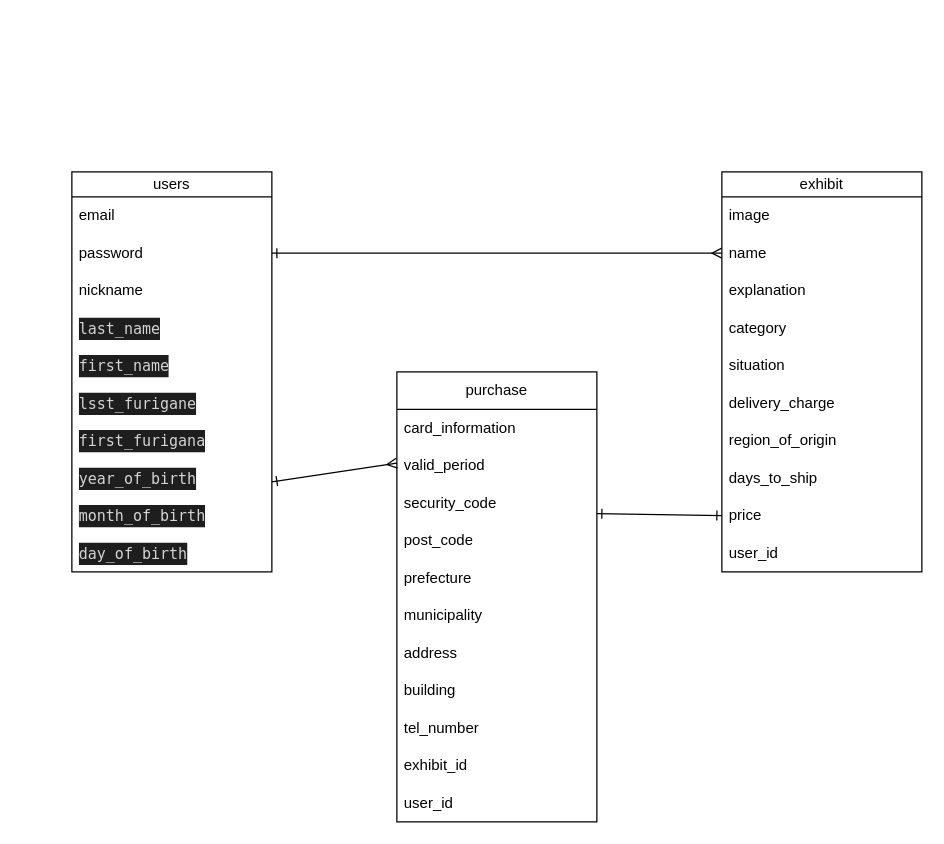
Earlier version of the draw.io diagram furima.dio (testmpc/furima-38889). Source tidied: cells renumbered, new cells numbered last; positions are measured from the earlier drawing's top-left corner, leaving out a move shared by most shapes. Both pictures are drawn from the tidied source at 125%, with x=0, y=0 at pixel (71, 171).
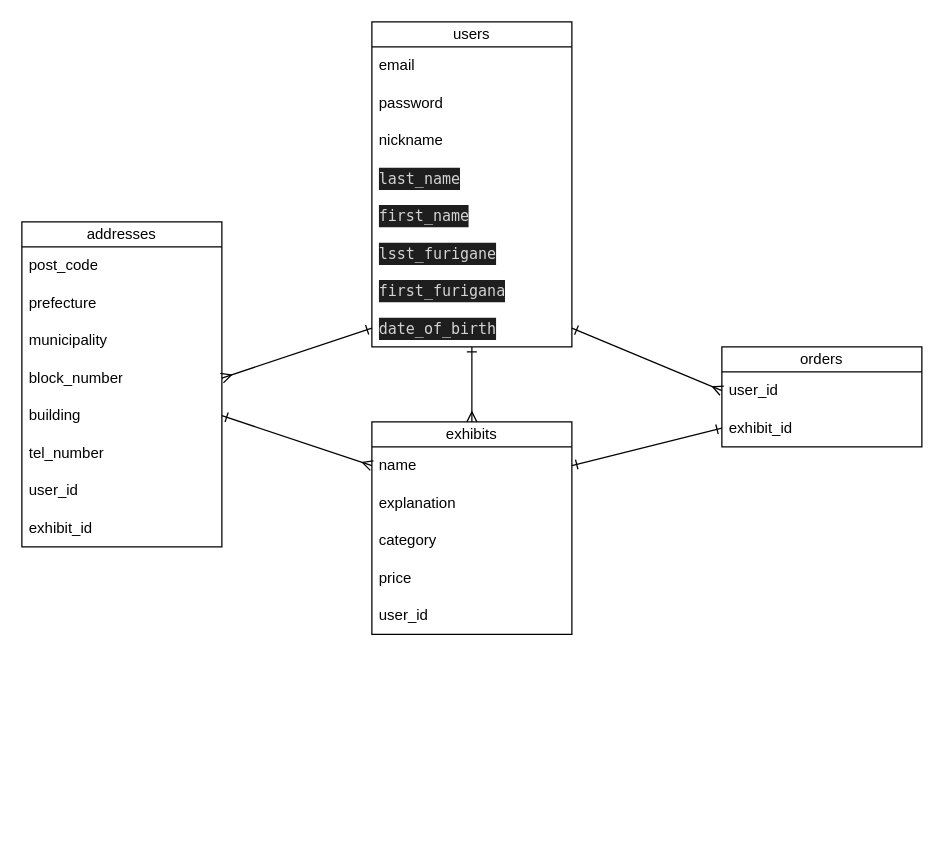
After the change.

Commit message (it also covers changes not shown here):
データベース設計2回目

Change to the diagram source:
```diff
@@
-    <mxCell id="2" value="exhibit" style="swimlane;fontStyle=0;horizontal=1;startSize=20;whiteSpace=wrap;html=1;" parent="1" vertex="1">
-      <mxGeometry x="520" width="160" height="320" as="geometry" />
+    <mxCell id="2" value="exhibits" style="swimlane;fontStyle=0;horizontal=1;startSize=20;whiteSpace=wrap;html=1;" parent="1" vertex="1">
+      <mxGeometry x="240" y="200" width="160" height="170" as="geometry" />
     </mxCell>
-    <mxCell id="3" value="image" style="text;strokeColor=none;fillColor=none;align=left;verticalAlign=middle;spacingLeft=4;spacingRight=4;overflow=hidden;whiteSpace=wrap;html=1;" parent="2" vertex="1">
-      <mxGeometry y="20" width="160" height="30" as="geometry" />
-    </mxCell>
     <mxCell id="4" value="name" style="text;strokeColor=none;fillColor=none;align=left;verticalAlign=middle;spacingLeft=4;spacingRight=4;overflow=hidden;points=[[0,0.5],[1,0.5]];portConstraint=eastwest;whiteSpace=wrap;html=1;" parent="2" vertex="1">
-      <mxGeometry y="50" width="160" height="30" as="geometry" />
+      <mxGeometry y="20" width="160" height="30" as="geometry" />
     </mxCell>
     <mxCell id="5" value="explanation" style="text;strokeColor=none;fillColor=none;align=left;verticalAlign=middle;spacingLeft=4;spacingRight=4;overflow=hidden;whiteSpace=wrap;html=1;" parent="2" vertex="1">
-      <mxGeometry y="80" width="160" height="30" as="geometry" />
+      <mxGeometry y="50" width="160" height="30" as="geometry" />
     </mxCell>
     <mxCell id="6" value="category" style="text;strokeColor=none;fillColor=none;align=left;verticalAlign=middle;spacingLeft=4;spacingRight=4;overflow=hidden;whiteSpace=wrap;html=1;" parent="2" vertex="1">
-      <mxGeometry y="110" width="160" height="30" as="geometry" />
+      <mxGeometry y="80" width="160" height="30" as="geometry" />
     </mxCell>
-    <mxCell id="7" value="situation" style="text;strokeColor=none;fillColor=none;align=left;verticalAlign=middle;spacingLeft=4;spacingRight=4;overflow=hidden;whiteSpace=wrap;html=1;" parent="2" vertex="1">
-      <mxGeometry y="140" width="160" height="30" as="geometry" />
-    </mxCell>
-    <mxCell id="8" value="delivery_charge" style="text;strokeColor=none;fillColor=none;align=left;verticalAlign=middle;spacingLeft=4;spacingRight=4;overflow=hidden;whiteSpace=wrap;html=1;" parent="2" vertex="1">
-      <mxGeometry y="170" width="160" height="30" as="geometry" />
-    </mxCell>
-    <mxCell id="9" value="region_of_origin" style="text;strokeColor=none;fillColor=none;align=left;verticalAlign=middle;spacingLeft=4;spacingRight=4;overflow=hidden;whiteSpace=wrap;html=1;" parent="2" vertex="1">
-      <mxGeometry y="200" width="160" height="30" as="geometry" />
-    </mxCell>
-    <mxCell id="10" value="days_to_ship" style="text;strokeColor=none;fillColor=none;align=left;verticalAlign=middle;spacingLeft=4;spacingRight=4;overflow=hidden;whiteSpace=wrap;html=1;" parent="2" vertex="1">
-      <mxGeometry y="230" width="160" height="30" as="geometry" />
-    </mxCell>
     <mxCell id="11" value="price" style="text;strokeColor=none;fillColor=none;align=left;verticalAlign=middle;spacingLeft=4;spacingRight=4;overflow=hidden;points=[[0,0.5],[1,0.5]];portConstraint=eastwest;whiteSpace=wrap;html=1;" parent="2" vertex="1">
-      <mxGeometry y="260" width="160" height="30" as="geometry" />
+      <mxGeometry y="110" width="160" height="30" as="geometry" />
     </mxCell>
     <mxCell id="12" value="user_id" style="text;strokeColor=none;fillColor=none;align=left;verticalAlign=middle;spacingLeft=4;spacingRight=4;overflow=hidden;whiteSpace=wrap;html=1;" parent="2" vertex="1">
-      <mxGeometry y="290" width="160" height="30" as="geometry" />
+      <mxGeometry y="140" width="160" height="30" as="geometry" />
     </mxCell>
-    <mxCell id="13" style="edgeStyle=none;html=1;startArrow=ERmany;startFill=0;endArrow=ERone;endFill=0;entryX=1;entryY=0.5;entryDx=0;entryDy=0;" parent="1" edge="1">
-      <mxGeometry relative="1" as="geometry">
-        <mxPoint x="260" y="233" as="sourcePoint" />
-        <mxPoint x="160" y="248" as="targetPoint" />
-      </mxGeometry>
+    <mxCell id="13" style="edgeStyle=none;html=1;startArrow=ERmany;startFill=0;endArrow=ERone;endFill=0;entryX=1;entryY=0.5;entryDx=0;entryDy=0;exitX=0;exitY=0.5;exitDx=0;exitDy=0;" parent="1" edge="1" source="25" target="36">
+      <mxGeometry relative="1" as="geometry" />
     </mxCell>
-    <mxCell id="14" value="purchase" style="swimlane;fontStyle=0;horizontal=1;startSize=30;whiteSpace=wrap;html=1;" parent="1" vertex="1">
-      <mxGeometry x="260" y="160" width="160" height="360" as="geometry" />
+    <mxCell id="14" value="orders" style="swimlane;fontStyle=0;horizontal=1;startSize=20;whiteSpace=wrap;html=1;" parent="1" vertex="1">
+      <mxGeometry x="520" y="140" width="160" height="80" as="geometry" />
     </mxCell>
-    <mxCell id="15" value="card_information" style="text;strokeColor=none;fillColor=none;align=left;verticalAlign=middle;spacingLeft=4;spacingRight=4;overflow=hidden;whiteSpace=wrap;html=1;" parent="14" vertex="1">
-      <mxGeometry y="30" width="160" height="30" as="geometry" />
-    </mxCell>
-    <mxCell id="16" value="valid_period" style="text;strokeColor=none;fillColor=none;align=left;verticalAlign=middle;spacingLeft=4;spacingRight=4;overflow=hidden;whiteSpace=wrap;html=1;" parent="14" vertex="1">
-      <mxGeometry y="60" width="160" height="30" as="geometry" />
-    </mxCell>
-    <mxCell id="17" value="security_code" style="text;strokeColor=none;fillColor=none;align=left;verticalAlign=middle;spacingLeft=4;spacingRight=4;overflow=hidden;points=[[0,0.5],[1,0.5]];portConstraint=eastwest;whiteSpace=wrap;html=1;" parent="14" vertex="1">
-      <mxGeometry y="90" width="160" height="30" as="geometry" />
-    </mxCell>
-    <mxCell id="18" value="post_code" style="text;strokeColor=none;fillColor=none;align=left;verticalAlign=middle;spacingLeft=4;spacingRight=4;overflow=hidden;whiteSpace=wrap;html=1;" parent="14" vertex="1">
-      <mxGeometry y="120" width="160" height="30" as="geometry" />
-    </mxCell>
-    <mxCell id="19" value="prefecture" style="text;strokeColor=none;fillColor=none;align=left;verticalAlign=middle;spacingLeft=4;spacingRight=4;overflow=hidden;whiteSpace=wrap;html=1;" parent="14" vertex="1">
-      <mxGeometry y="150" width="160" height="30" as="geometry" />
-    </mxCell>
-    <mxCell id="20" value="municipality" style="text;strokeColor=none;fillColor=none;align=left;verticalAlign=middle;spacingLeft=4;spacingRight=4;overflow=hidden;whiteSpace=wrap;html=1;" parent="14" vertex="1">
-      <mxGeometry y="180" width="160" height="30" as="geometry" />
-    </mxCell>
-    <mxCell id="21" value="address" style="text;strokeColor=none;fillColor=none;align=left;verticalAlign=middle;spacingLeft=4;spacingRight=4;overflow=hidden;whiteSpace=wrap;html=1;" parent="14" vertex="1">
-      <mxGeometry y="210" width="160" height="30" as="geometry" />
-    </mxCell>
-    <mxCell id="22" value="building" style="text;strokeColor=none;fillColor=none;align=left;verticalAlign=middle;spacingLeft=4;spacingRight=4;overflow=hidden;points=[[0,0.5],[1,0.5]];portConstraint=eastwest;whiteSpace=wrap;html=1;" parent="14" vertex="1">
-      <mxGeometry y="240" width="160" height="30" as="geometry" />
-    </mxCell>
-    <mxCell id="23" value="tel_number" style="text;strokeColor=none;fillColor=none;align=left;verticalAlign=middle;spacingLeft=4;spacingRight=4;overflow=hidden;whiteSpace=wrap;html=1;" parent="14" vertex="1">
-      <mxGeometry y="270" width="160" height="30" as="geometry" />
-    </mxCell>
+    <mxCell id="25" value="user_id" style="text;strokeColor=none;fillColor=none;align=left;verticalAlign=middle;spacingLeft=4;spacingRight=4;overflow=hidden;points=[[0,0.5],[1,0.5]];portConstraint=eastwest;whiteSpace=wrap;html=1;" parent="14" vertex="1">
+      <mxGeometry y="20" width="160" height="30" as="geometry" />
+    </mxCell>
     <mxCell id="24" value="exhibit_id" style="text;strokeColor=none;fillColor=none;align=left;verticalAlign=middle;spacingLeft=4;spacingRight=4;overflow=hidden;points=[[0,0.5],[1,0.5]];portConstraint=eastwest;whiteSpace=wrap;html=1;" parent="14" vertex="1">
-      <mxGeometry y="300" width="160" height="30" as="geometry" />
+      <mxGeometry y="50" width="160" height="30" as="geometry" />
     </mxCell>
-    <mxCell id="25" value="user_id" style="text;strokeColor=none;fillColor=none;align=left;verticalAlign=middle;spacingLeft=4;spacingRight=4;overflow=hidden;points=[[0,0.5],[1,0.5]];portConstraint=eastwest;whiteSpace=wrap;html=1;" parent="14" vertex="1">
-      <mxGeometry y="330" width="160" height="30" as="geometry" />
-    </mxCell>
-    <mxCell id="26" style="edgeStyle=none;html=1;exitX=1;exitY=0.5;exitDx=0;exitDy=0;endArrow=ERmany;endFill=0;entryX=0;entryY=0.5;entryDx=0;entryDy=0;startArrow=ERone;startFill=0;" parent="1" edge="1" target="4">
-      <mxGeometry relative="1" as="geometry">
-        <mxPoint x="160" y="65" as="sourcePoint" />
-      </mxGeometry>
+    <mxCell id="26" style="edgeStyle=none;html=1;exitX=0;exitY=0.5;exitDx=0;exitDy=0;endArrow=ERmany;endFill=0;entryX=1;entryY=0.5;entryDx=0;entryDy=0;startArrow=ERone;startFill=0;" parent="1" edge="1" source="36" target="40">
+      <mxGeometry relative="1" as="geometry" />
     </mxCell>
-    <mxCell id="27" style="edgeStyle=none;html=1;exitX=1;exitY=0.783;exitDx=0;exitDy=0;entryX=0;entryY=0.5;entryDx=0;entryDy=0;startArrow=ERone;startFill=0;endArrow=ERone;endFill=0;exitPerimeter=0;" parent="1" edge="1" source="17" target="11">
-      <mxGeometry relative="1" as="geometry" />
-    </mxCell>
     <mxCell id="28" value="users" style="swimlane;fontStyle=0;horizontal=1;startSize=20;whiteSpace=wrap;html=1;" parent="1" vertex="1">
-      <mxGeometry width="160" height="320" as="geometry" />
+      <mxGeometry x="240" y="-120" width="160" height="260" as="geometry" />
     </mxCell>
@@
-    <mxCell id="36" value="&lt;div style=&quot;color: rgb(212, 212, 212); background-color: rgb(30, 30, 30); font-family: Menlo, Monaco, &amp;quot;Courier New&amp;quot;, monospace; line-height: 18px;&quot;&gt;&lt;div style=&quot;line-height: 18px;&quot;&gt;year_of_birth&lt;/div&gt;&lt;/div&gt;" style="text;strokeColor=none;fillColor=none;align=left;verticalAlign=middle;spacingLeft=4;spacingRight=4;overflow=hidden;points=[[0,0.5],[1,0.5]];portConstraint=eastwest;whiteSpace=wrap;html=1;" parent="28" vertex="1">
+    <mxCell id="36" value="&lt;div style=&quot;color: rgb(212, 212, 212); background-color: rgb(30, 30, 30); font-family: Menlo, Monaco, &amp;quot;Courier New&amp;quot;, monospace; line-height: 18px;&quot;&gt;&lt;div style=&quot;line-height: 18px;&quot;&gt;date_of_birth&lt;/div&gt;&lt;/div&gt;" style="text;strokeColor=none;fillColor=none;align=left;verticalAlign=middle;spacingLeft=4;spacingRight=4;overflow=hidden;points=[[0,0.5],[1,0.5]];portConstraint=eastwest;whiteSpace=wrap;html=1;" parent="28" vertex="1">
       <mxGeometry y="230" width="160" height="30" as="geometry" />
     </mxCell>
-    <mxCell id="37" value="&lt;div style=&quot;color: rgb(212, 212, 212); background-color: rgb(30, 30, 30); font-family: Menlo, Monaco, &amp;quot;Courier New&amp;quot;, monospace; line-height: 18px;&quot;&gt;&lt;div style=&quot;line-height: 18px;&quot;&gt;&lt;div style=&quot;line-height: 18px;&quot;&gt;month_of_birth &lt;/div&gt;&lt;/div&gt;&lt;/div&gt;" style="text;strokeColor=none;fillColor=none;align=left;verticalAlign=middle;spacingLeft=4;spacingRight=4;overflow=hidden;whiteSpace=wrap;html=1;" parent="28" vertex="1">
-      <mxGeometry y="260" width="160" height="30" as="geometry" />
-    </mxCell>
-    <mxCell id="38" value="&lt;div style=&quot;color: rgb(212, 212, 212); background-color: rgb(30, 30, 30); font-family: Menlo, Monaco, &amp;quot;Courier New&amp;quot;, monospace; line-height: 18px;&quot;&gt;&lt;div style=&quot;line-height: 18px;&quot;&gt;&lt;div style=&quot;line-height: 18px;&quot;&gt;&lt;div style=&quot;line-height: 18px;&quot;&gt;day_of_birth&lt;/div&gt;&lt;/div&gt;&lt;/div&gt;&lt;/div&gt;" style="text;strokeColor=none;fillColor=none;align=left;verticalAlign=middle;spacingLeft=4;spacingRight=4;overflow=hidden;whiteSpace=wrap;html=1;" parent="28" vertex="1">
-      <mxGeometry y="290" width="160" height="30" as="geometry" />
-    </mxCell>
+    <mxCell id="39" value="addresses" style="swimlane;fontStyle=0;horizontal=1;startSize=20;whiteSpace=wrap;html=1;" parent="1" vertex="1">
+      <mxGeometry x="-40" y="40" width="160" height="260" as="geometry" />
+    </mxCell>
+    <mxCell id="18" value="post_code" style="text;strokeColor=none;fillColor=none;align=left;verticalAlign=middle;spacingLeft=4;spacingRight=4;overflow=hidden;whiteSpace=wrap;html=1;" parent="39" vertex="1">
+      <mxGeometry y="20" width="160" height="30" as="geometry" />
+    </mxCell>
+    <mxCell id="19" value="prefecture" style="text;strokeColor=none;fillColor=none;align=left;verticalAlign=middle;spacingLeft=4;spacingRight=4;overflow=hidden;whiteSpace=wrap;html=1;" parent="39" vertex="1">
+      <mxGeometry y="50" width="160" height="30" as="geometry" />
+    </mxCell>
+    <mxCell id="20" value="municipality" style="text;strokeColor=none;fillColor=none;align=left;verticalAlign=middle;spacingLeft=4;spacingRight=4;overflow=hidden;whiteSpace=wrap;html=1;" parent="39" vertex="1">
+      <mxGeometry y="80" width="160" height="30" as="geometry" />
+    </mxCell>
+    <mxCell id="40" value="block_number" style="text;strokeColor=none;fillColor=none;align=left;verticalAlign=middle;spacingLeft=4;spacingRight=4;overflow=hidden;points=[[0,0.5],[1,0.5]];portConstraint=eastwest;whiteSpace=wrap;html=1;" parent="39" vertex="1">
+      <mxGeometry y="110" width="160" height="30" as="geometry" />
+    </mxCell>
+    <mxCell id="22" value="building" style="text;strokeColor=none;fillColor=none;align=left;verticalAlign=middle;spacingLeft=4;spacingRight=4;overflow=hidden;points=[[0,0.5],[1,0.5]];portConstraint=eastwest;whiteSpace=wrap;html=1;" parent="39" vertex="1">
+      <mxGeometry y="140" width="160" height="30" as="geometry" />
+    </mxCell>
+    <mxCell id="23" value="tel_number" style="text;strokeColor=none;fillColor=none;align=left;verticalAlign=middle;spacingLeft=4;spacingRight=4;overflow=hidden;whiteSpace=wrap;html=1;" parent="39" vertex="1">
+      <mxGeometry y="170" width="160" height="30" as="geometry" />
+    </mxCell>
+    <mxCell id="41" value="user_id" style="text;strokeColor=none;fillColor=none;align=left;verticalAlign=middle;spacingLeft=4;spacingRight=4;overflow=hidden;whiteSpace=wrap;html=1;" parent="39" vertex="1">
+      <mxGeometry y="200" width="160" height="30" as="geometry" />
+    </mxCell>
+    <mxCell id="42" value="exhibit_id" style="text;strokeColor=none;fillColor=none;align=left;verticalAlign=middle;spacingLeft=4;spacingRight=4;overflow=hidden;whiteSpace=wrap;html=1;" parent="39" vertex="1">
+      <mxGeometry y="230" width="160" height="30" as="geometry" />
+    </mxCell>
+    <mxCell id="43" style="edgeStyle=none;html=1;exitX=1;exitY=0.5;exitDx=0;exitDy=0;endArrow=ERmany;endFill=0;entryX=0;entryY=0.5;entryDx=0;entryDy=0;startArrow=ERone;startFill=0;" parent="1" edge="1" source="22" target="4">
+      <mxGeometry relative="1" as="geometry" />
+    </mxCell>
+    <mxCell id="44" style="edgeStyle=none;html=1;endArrow=ERmany;endFill=0;entryX=0.5;entryY=0;entryDx=0;entryDy=0;startArrow=ERone;startFill=0;" parent="1" edge="1" source="36" target="2">
+      <mxGeometry relative="1" as="geometry" />
+    </mxCell>
+    <mxCell id="45" style="edgeStyle=none;html=1;startArrow=ERone;startFill=0;endArrow=ERone;endFill=0;entryX=1;entryY=0.5;entryDx=0;entryDy=0;exitX=0;exitY=0.5;exitDx=0;exitDy=0;" parent="1" edge="1" source="24" target="4">
+      <mxGeometry relative="1" as="geometry" />
+    </mxCell>
```
